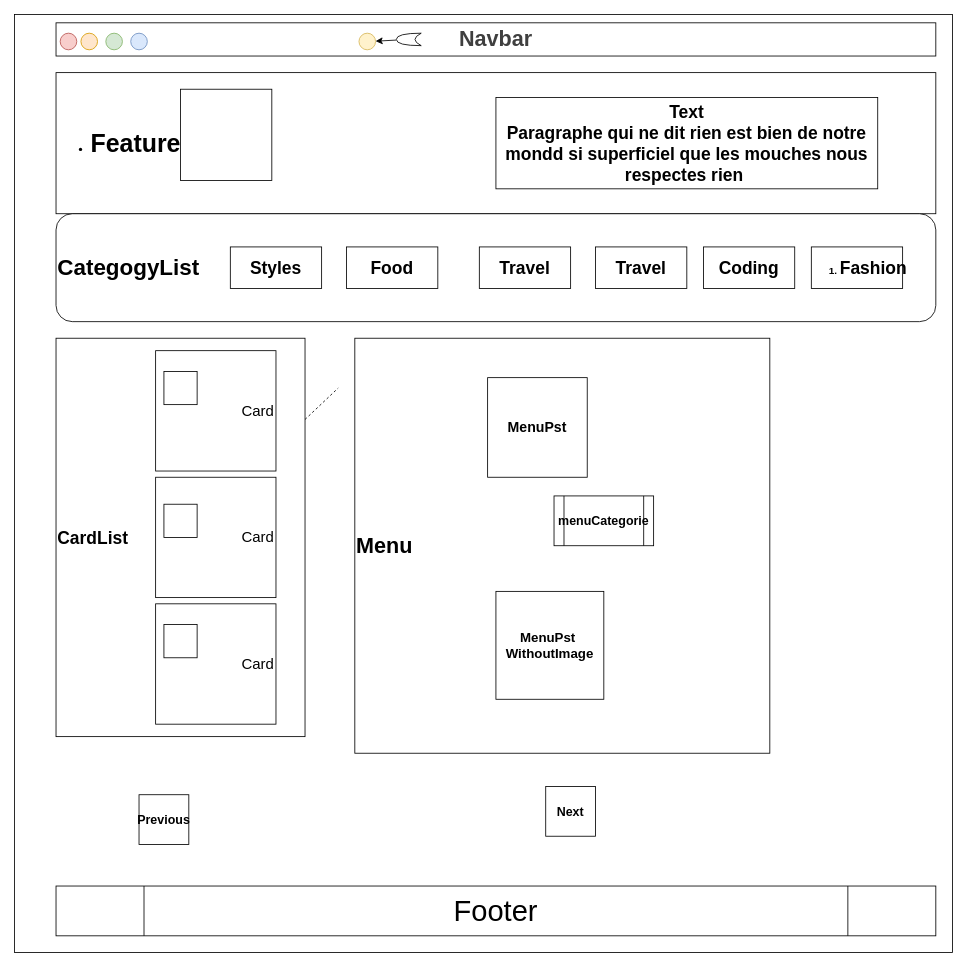
Above: blogSchema.drawio in Hicham1970/blamag (draw.io), before the change. Source tidied: cells renumbered, new cells numbered last; positions are measured from the earlier drawing's top-left corner, leaving out a move shared by most shapes. Both pictures are drawn from the tidied source at 83%, with x=0, y=0 at pixel (14, 14).
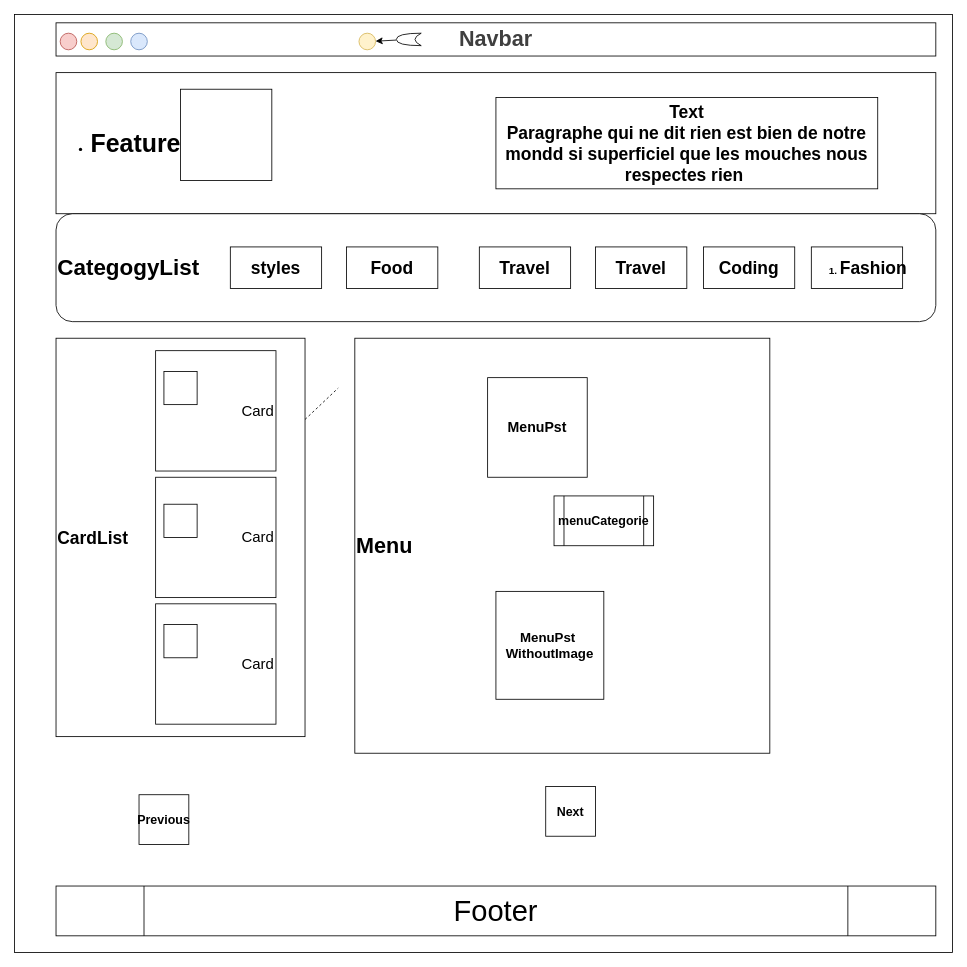
The same page after the edit.

Change to the diagram source:
```diff
@@
-    <mxCell id="16" value="&lt;font style=&quot;font-size: 21px;&quot;&gt;Styles&lt;/font&gt;" style="rounded=0;whiteSpace=wrap;html=1;fontStyle=1;" parent="1" vertex="1">
+    <mxCell id="16" value="&lt;font style=&quot;font-size: 21px;&quot;&gt;styles&lt;/font&gt;" style="rounded=0;whiteSpace=wrap;html=1;fontStyle=1;" parent="1" vertex="1">
       <mxGeometry x="260" y="280" width="110" height="50" as="geometry" />
     </mxCell>
```
